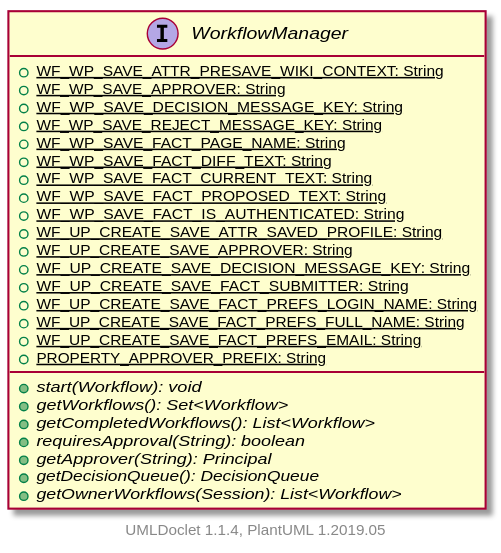
This is apidocs/2.11.0.M7-SNAPSHOT/org/apache/wiki/workflow/WorkflowManager.svg from apache/jspwiki-site, a PlantUML export, as it was before one commit.
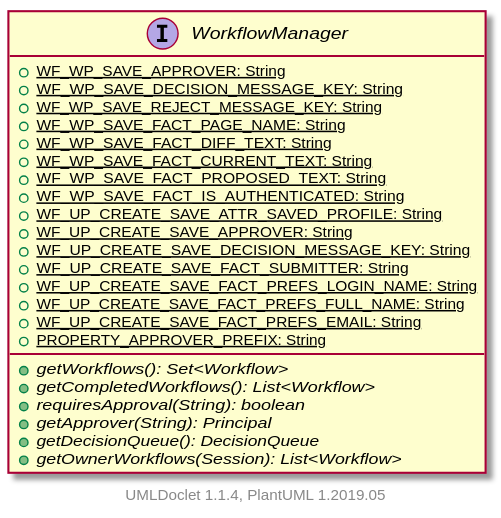
Above is the later version.

Diff of the diagram source:
```diff
@@ -1,7 +1,6 @@
 @startuml
 
     interface WorkflowManager [[WorkflowManager.html]] {
-        {static} +WF_WP_SAVE_ATTR_PRESAVE_WIKI_CONTEXT: String
         {static} +WF_WP_SAVE_APPROVER: String
         {static} +WF_WP_SAVE_DECISION_MESSAGE_KEY: String
         {static} +WF_WP_SAVE_REJECT_MESSAGE_KEY: String
@@ -18,7 +17,6 @@
         {static} +WF_UP_CREATE_SAVE_FACT_PREFS_FULL_NAME: String
         {static} +WF_UP_CREATE_SAVE_FACT_PREFS_EMAIL: String
         {static} +PROPERTY_APPROVER_PREFIX: String
-        {abstract} +start(Workflow): void
         {abstract} +getWorkflows(): Set<Workflow>
         {abstract} +getCompletedWorkflows(): List<Workflow>
         {abstract} +requiresApproval(String): boolean
```
